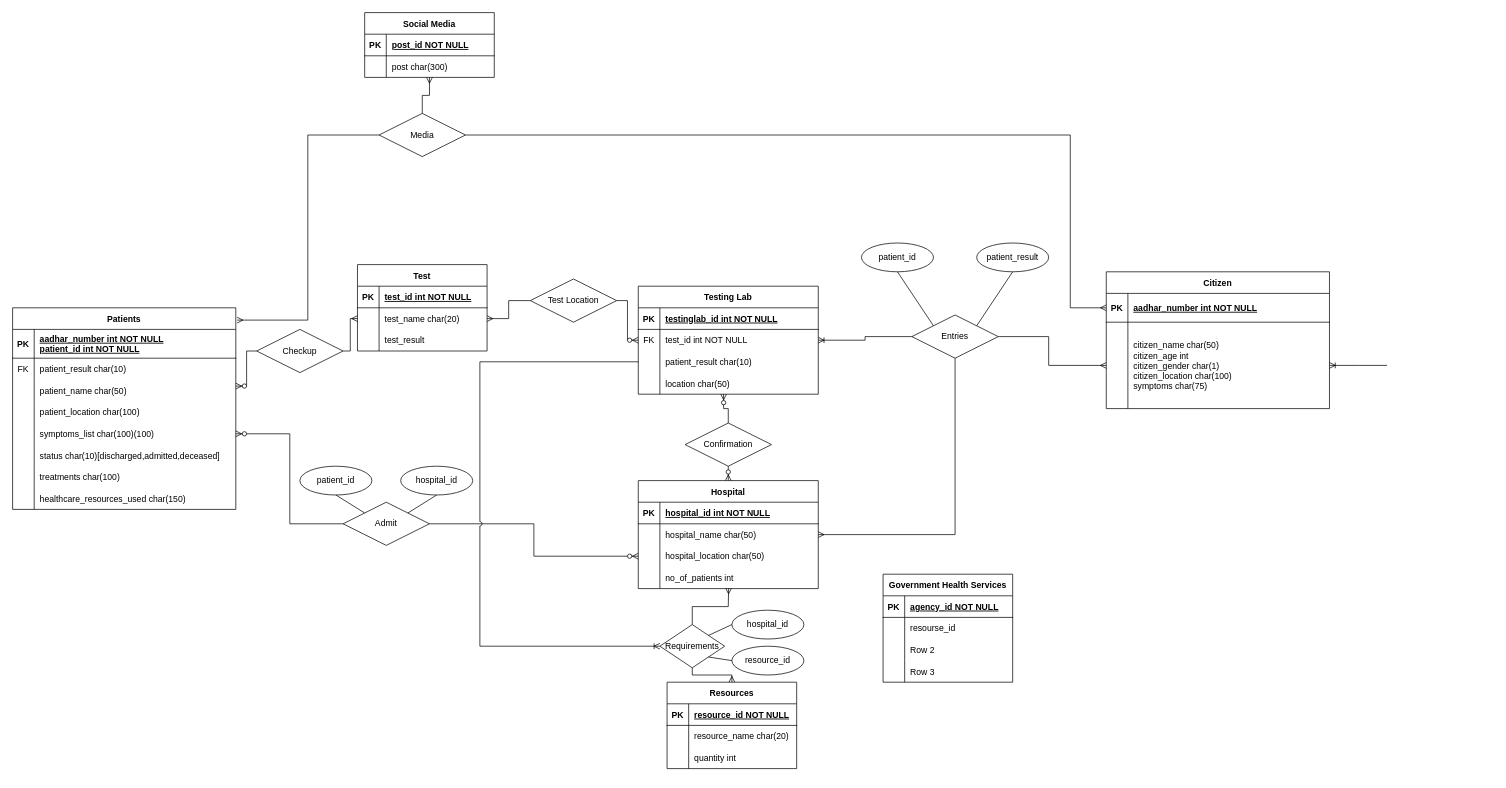
The draw.io diagram Untitled Diagram.drawio in nithishnani-277/DBMS_LAB, before the edit. Source tidied: cells renumbered, new cells numbered last; positions are measured from the earlier drawing's top-left corner, leaving out a move shared by most shapes. Both pictures are drawn from the tidied source at 72%, with x=0, y=0 at pixel (12, 12).
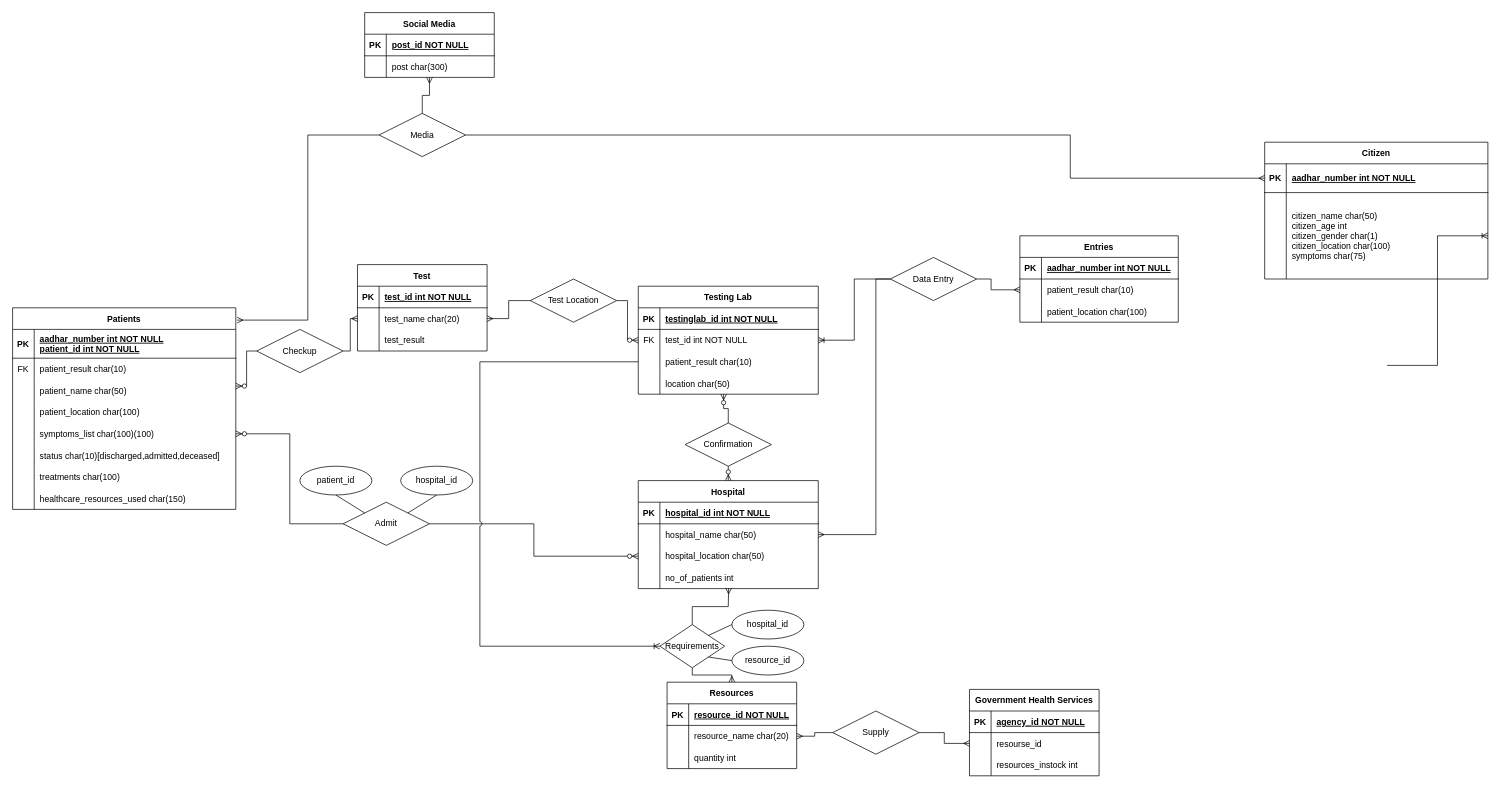
The same diagram, later.

Unchanged cells that the change refers to:
```xml
<mxCell id="6" style="shape=partialRectangle;fillColor=none;points=[[0,0.5],[1,0.5]];portConstraint=eastwest;top=0;left=0;right=0;bottom=0;" parent="2" vertex="1">
  <mxGeometry y="60" width="250" height="30" as="geometry" />
</mxCell>
<mxCell id="44" style="shape=partialRectangle;fillColor=none;points=[[0,0.5],[1,0.5]];portConstraint=eastwest;top=0;left=0;right=0;bottom=0;" parent="40" vertex="1">
  <mxGeometry y="70" width="310" height="120" as="geometry" />
</mxCell>
<mxCell id="60" style="shape=partialRectangle;fillColor=none;points=[[0,0.5],[1,0.5]];portConstraint=eastwest;top=0;left=0;right=0;bottom=0;" parent="56" vertex="1">
  <mxGeometry y="60" width="250" height="30" as="geometry" />
</mxCell>
<mxCell id="83" style="shape=tableRow;horizontal=0;startSize=0;swimlaneHead=0;swimlaneBody=0;fillColor=none;points=[[0,0.5],[1,0.5]];portConstraint=eastwest;top=0;left=0;right=0;bottom=0;" parent="79" vertex="1">
  <mxGeometry y="60" width="180" height="30" as="geometry" />
</mxCell>
<mxCell id="128" style="shape=tableRow;horizontal=0;startSize=0;swimlaneHead=0;swimlaneBody=0;fillColor=none;points=[[0,0.5],[1,0.5]];portConstraint=eastwest;top=0;left=0;right=0;bottom=0;" parent="124" vertex="1">
  <mxGeometry y="60" width="180" height="30" as="geometry" />
</mxCell>
<mxCell id="131" style="shape=tableRow;horizontal=0;startSize=0;swimlaneHead=0;swimlaneBody=0;fillColor=none;top=0;left=0;right=0;bottom=0;" parent="124" vertex="1">
  <mxGeometry y="90" width="180" height="30" as="geometry" />
</mxCell>
```

Change to the diagram source:
```diff
@@
     <mxCell id="40" value="Citizen" style="shape=table;startSize=30;childLayout=tableLayout;rowLines=0;fontStyle=1;align=center;" parent="1" vertex="1">
-      <mxGeometry x="1519" y="360" width="310" height="190" as="geometry" />
+      <mxGeometry x="1739" y="180" width="310" height="190" as="geometry" />
     </mxCell>
@@
-    <mxCell id="50" value="Entries" style="shape=rhombus;perimeter=rhombusPerimeter;whiteSpace=wrap;html=1;align=center;" parent="1" vertex="1">
-      <mxGeometry x="1249" y="420" width="120" height="60" as="geometry" />
-    </mxCell>
-    <mxCell id="51" style="edgeStyle=elbowEdgeStyle;fontSize=12;html=1;endArrow=ERoneToMany;rounded=0;entryX=1;entryY=0.5;entryDx=0;entryDy=0;exitX=0;exitY=0.5;exitDx=0;exitDy=0;" parent="1" edge="1" source="50" target="6">
+    <mxCell id="51" style="edgeStyle=elbowEdgeStyle;fontSize=12;html=1;endArrow=ERoneToMany;rounded=0;entryX=1;entryY=0.5;entryDx=0;entryDy=0;exitX=0;exitY=0.5;exitDx=0;exitDy=0;" parent="1" edge="1" source="146" target="6">
       <mxGeometry relative="1" as="geometry" />
     </mxCell>
-    <mxCell id="52" value="patient_id" style="ellipse;whiteSpace=wrap;html=1;align=center;" parent="1" vertex="1">
-      <mxGeometry x="1179" y="320" width="100" height="40" as="geometry" />
-    </mxCell>
-    <mxCell id="53" style="endArrow=none;html=1;rounded=0;exitX=0.5;exitY=1;exitDx=0;exitDy=0;entryX=0;entryY=0;entryDx=0;entryDy=0;" parent="1" edge="1" source="52" target="50">
-      <mxGeometry relative="1" as="geometry" />
-    </mxCell>
-    <mxCell id="54" value="patient_result" style="ellipse;whiteSpace=wrap;html=1;align=center;" parent="1" vertex="1">
-      <mxGeometry x="1339" y="320" width="100" height="40" as="geometry" />
-    </mxCell>
-    <mxCell id="55" style="endArrow=none;html=1;rounded=0;exitX=0.5;exitY=1;exitDx=0;exitDy=0;entryX=1;entryY=0;entryDx=0;entryDy=0;" parent="1" edge="1" source="54" target="50">
-      <mxGeometry relative="1" as="geometry" />
-    </mxCell>
@@
-    <mxCell id="122" style="fontSize=12;html=1;endArrow=ERmany;rounded=0;jumpStyle=arc;entryX=1;entryY=0.5;entryDx=0;entryDy=0;exitX=0.5;exitY=1;exitDx=0;exitDy=0;elbow=vertical;" parent="1" edge="1" source="50" target="60">
+    <mxCell id="122" style="fontSize=12;html=1;endArrow=ERmany;rounded=0;jumpStyle=arc;entryX=1;entryY=0.5;entryDx=0;entryDy=0;exitX=0;exitY=0.5;exitDx=0;exitDy=0;elbow=vertical;" parent="1" edge="1" source="146" target="60">
       <mxGeometry relative="1" as="geometry">
         <Array as="points">
-          <mxPoint x="1309" y="725" />
+          <mxPoint x="1199" y="370" />
+          <mxPoint x="1199" y="725" />
         </Array>
       </mxGeometry>
     </mxCell>
-    <mxCell id="123" style="fontSize=12;html=1;endArrow=ERmany;rounded=0;elbow=vertical;jumpStyle=arc;exitX=1;exitY=0.5;exitDx=0;exitDy=0;entryX=0;entryY=0.5;entryDx=0;entryDy=0;" parent="1" edge="1" source="50" target="44">
-      <mxGeometry relative="1" as="geometry">
-        <Array as="points">
-          <mxPoint x="1439" y="450" />
-          <mxPoint x="1439" y="490" />
-        </Array>
-      </mxGeometry>
-    </mxCell>
     <mxCell id="124" value="Government Health Services" style="shape=table;startSize=30;childLayout=tableLayout;rowLines=0;fontStyle=1;align=center;" parent="1" vertex="1">
-      <mxGeometry x="1209" y="780" width="180" height="150" as="geometry" />
+      <mxGeometry x="1329" y="940" width="180" height="120" as="geometry" />
     </mxCell>
@@
-    <mxCell id="133" value="Row 2" style="shape=partialRectangle;fillColor=none;top=0;left=0;bottom=0;right=0;align=left;spacingLeft=6;overflow=hidden;" parent="131" vertex="1">
+    <mxCell id="133" value="resources_instock int" style="shape=partialRectangle;fillColor=none;top=0;left=0;bottom=0;right=0;align=left;spacingLeft=6;overflow=hidden;" parent="131" vertex="1">
       <mxGeometry x="30" width="150" height="30" as="geometry" />
     </mxCell>
-    <mxCell id="134" style="shape=tableRow;horizontal=0;startSize=0;swimlaneHead=0;swimlaneBody=0;fillColor=none;top=0;left=0;right=0;bottom=0;" parent="124" vertex="1">
-      <mxGeometry y="120" width="180" height="30" as="geometry" />
-    </mxCell>
-    <mxCell id="135" style="shape=partialRectangle;fillColor=none;top=0;left=0;bottom=0;right=0;overflow=hidden;" parent="134" vertex="1">
-      <mxGeometry width="30" height="30" as="geometry" />
-    </mxCell>
-    <mxCell id="136" value="Row 3" style="shape=partialRectangle;fillColor=none;top=0;left=0;bottom=0;right=0;align=left;spacingLeft=6;overflow=hidden;" parent="134" vertex="1">
-      <mxGeometry x="30" width="150" height="30" as="geometry" />
-    </mxCell>
+    <mxCell id="50" value="Entries" style="shape=table;startSize=30;childLayout=tableLayout;rowLines=0;fontStyle=1;align=center;" parent="1" vertex="1">
+      <mxGeometry x="1399" y="310" width="220" height="120" as="geometry" />
+    </mxCell>
+    <mxCell id="137" style="shape=tableRow;horizontal=0;startSize=0;swimlaneHead=0;swimlaneBody=0;fillColor=none;top=0;left=0;right=0;bottom=1;" parent="50" vertex="1">
+      <mxGeometry y="30" width="220" height="30" as="geometry" />
+    </mxCell>
+    <mxCell id="138" value="PK" style="shape=partialRectangle;fillColor=none;top=0;left=0;bottom=0;right=0;fontStyle=1;overflow=hidden;" parent="137" vertex="1">
+      <mxGeometry width="30" height="30" as="geometry" />
+    </mxCell>
+    <mxCell id="139" value="aadhar_number int NOT NULL" style="shape=partialRectangle;fillColor=none;top=0;left=0;bottom=0;right=0;align=left;spacingLeft=6;fontStyle=5;overflow=hidden;" parent="137" vertex="1">
+      <mxGeometry x="30" width="190" height="30" as="geometry" />
+    </mxCell>
+    <mxCell id="140" style="shape=tableRow;horizontal=0;startSize=0;swimlaneHead=0;swimlaneBody=0;fillColor=none;points=[[0,0.5],[1,0.5]];portConstraint=eastwest;top=0;left=0;right=0;bottom=0;" parent="50" vertex="1">
+      <mxGeometry y="60" width="220" height="30" as="geometry" />
+    </mxCell>
+    <mxCell id="141" style="shape=partialRectangle;fillColor=none;top=0;left=0;bottom=0;right=0;overflow=hidden;" parent="140" vertex="1">
+      <mxGeometry width="30" height="30" as="geometry" />
+    </mxCell>
+    <mxCell id="142" value="patient_result char(10)" style="shape=partialRectangle;fillColor=none;top=0;left=0;bottom=0;right=0;align=left;spacingLeft=6;overflow=hidden;" parent="140" vertex="1">
+      <mxGeometry x="30" width="190" height="30" as="geometry" />
+    </mxCell>
+    <mxCell id="143" style="shape=tableRow;horizontal=0;startSize=0;swimlaneHead=0;swimlaneBody=0;fillColor=none;top=0;left=0;right=0;bottom=0;" parent="50" vertex="1">
+      <mxGeometry y="90" width="220" height="30" as="geometry" />
+    </mxCell>
+    <mxCell id="144" style="shape=partialRectangle;fillColor=none;top=0;left=0;bottom=0;right=0;overflow=hidden;" parent="143" vertex="1">
+      <mxGeometry width="30" height="30" as="geometry" />
+    </mxCell>
+    <mxCell id="145" value="patient_location char(100)" style="shape=partialRectangle;fillColor=none;top=0;left=0;bottom=0;right=0;align=left;spacingLeft=6;overflow=hidden;" parent="143" vertex="1">
+      <mxGeometry x="30" width="190" height="30" as="geometry" />
+    </mxCell>
+    <mxCell id="146" value="Data Entry" style="shape=rhombus;perimeter=rhombusPerimeter;whiteSpace=wrap;html=1;align=center;" parent="1" vertex="1">
+      <mxGeometry x="1219" y="340" width="120" height="60" as="geometry" />
+    </mxCell>
+    <mxCell id="147" style="fontSize=12;html=1;endArrow=ERmany;rounded=0;jumpStyle=arc;entryX=0;entryY=0.5;entryDx=0;entryDy=0;exitX=1;exitY=0.5;exitDx=0;exitDy=0;elbow=vertical;" parent="1" edge="1" source="146" target="140">
+      <mxGeometry relative="1" as="geometry">
+        <Array as="points">
+          <mxPoint x="1359" y="370" />
+          <mxPoint x="1359" y="385" />
+        </Array>
+      </mxGeometry>
+    </mxCell>
+    <mxCell id="148" style="edgeStyle=elbowEdgeStyle;fontSize=12;html=1;endArrow=ERmany;rounded=0;entryX=0;entryY=0.5;entryDx=0;entryDy=0;exitX=1;exitY=0.5;exitDx=0;exitDy=0;" parent="1" edge="1" source="149" target="128">
+      <mxGeometry relative="1" as="geometry" />
+    </mxCell>
+    <mxCell id="149" value="Supply" style="shape=rhombus;perimeter=rhombusPerimeter;whiteSpace=wrap;html=1;align=center;" parent="1" vertex="1">
+      <mxGeometry x="1139" y="970" width="120" height="60" as="geometry" />
+    </mxCell>
+    <mxCell id="150" style="edgeStyle=elbowEdgeStyle;fontSize=12;html=1;endArrow=ERmany;rounded=0;exitX=0;exitY=0.5;exitDx=0;exitDy=0;entryX=1;entryY=0.5;entryDx=0;entryDy=0;" parent="1" edge="1" source="149" target="83">
+      <mxGeometry relative="1" as="geometry" />
+    </mxCell>
```
